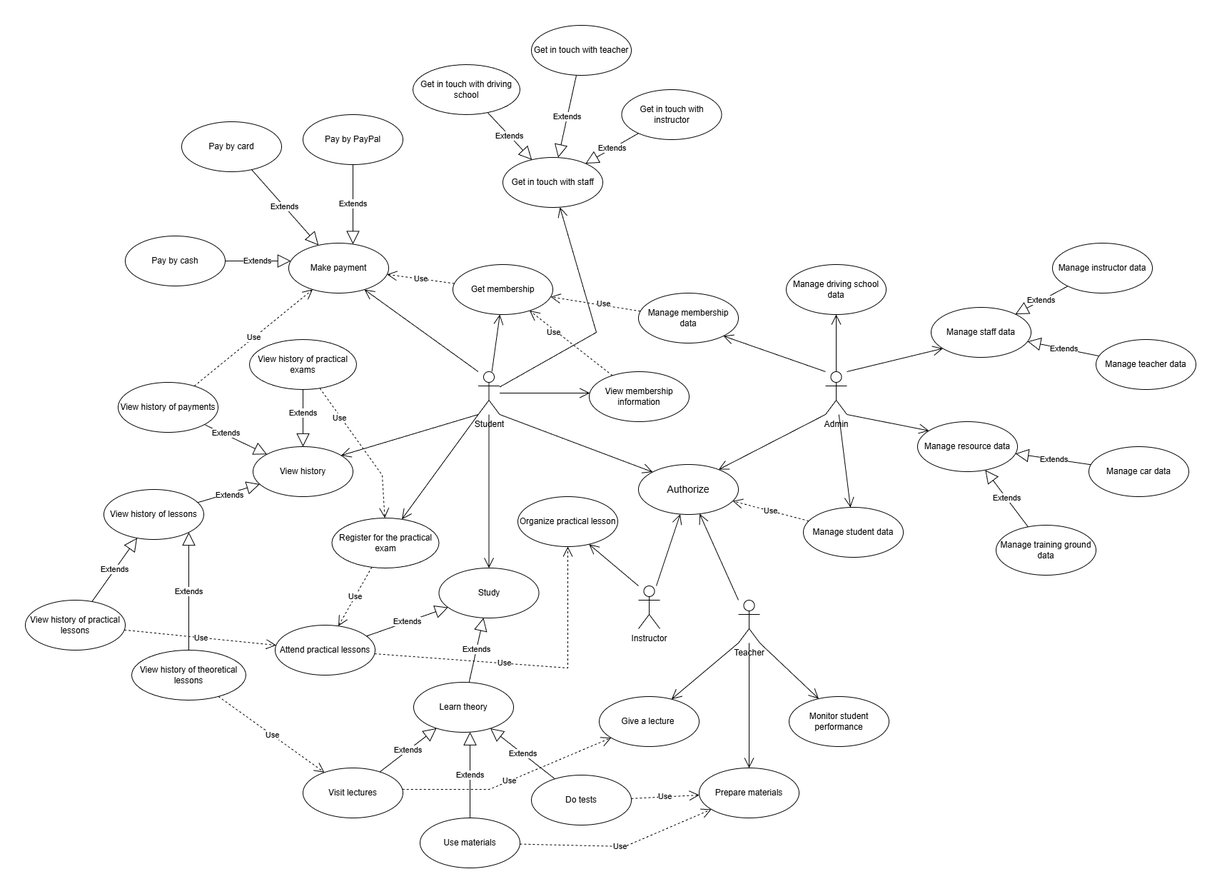
Before: Lab 2/Use case diagram.png, a diagram exported from draw.io (KyryloBB/Software-engineering-components). Source tidied: cells renumbered, new cells last; positions are measured from the earlier drawing's top-left corner, leaving out a move shared by most shapes.
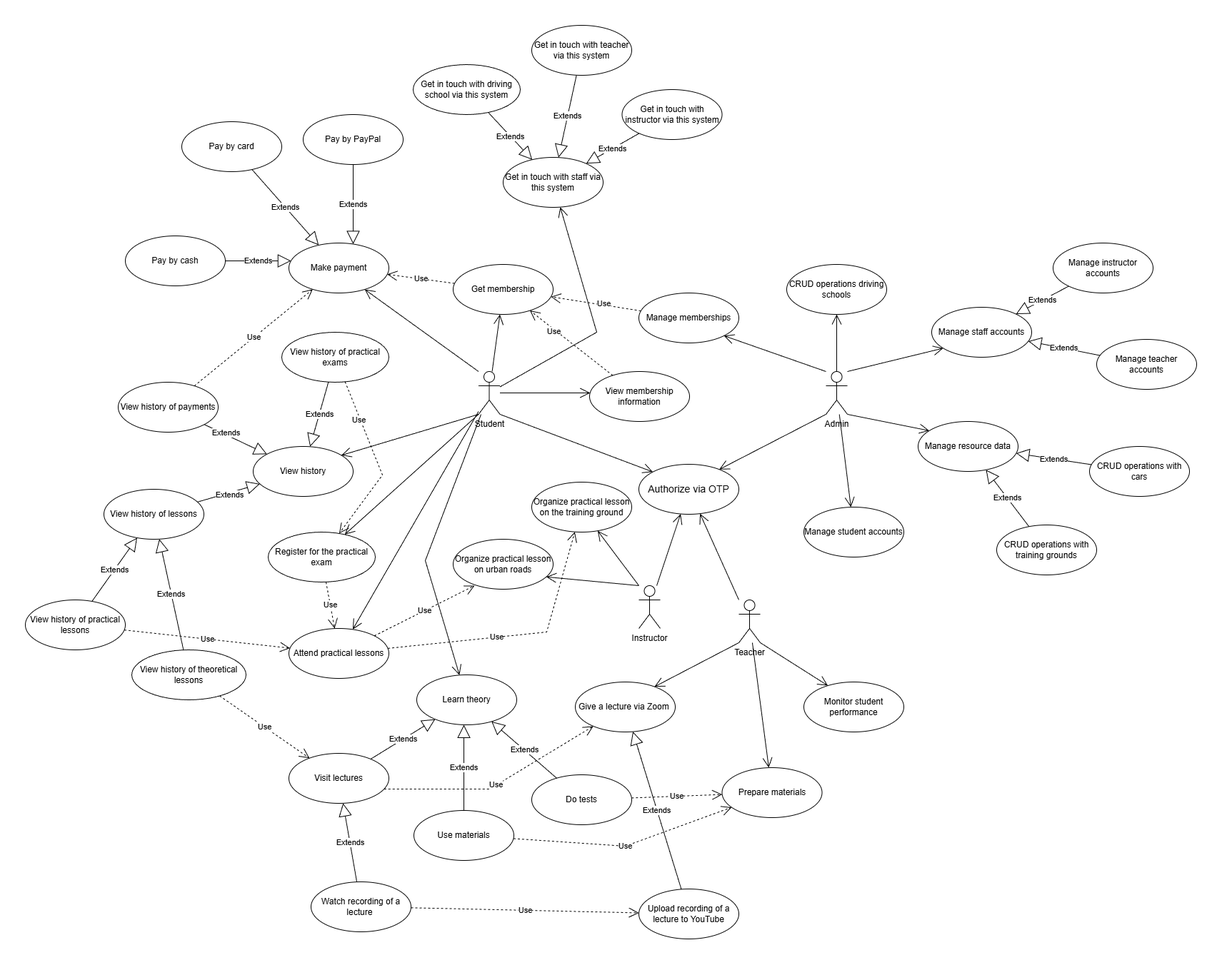
After the change.

Commit message:
edited use case diagram

Change to the diagram source:
```diff
@@ -11,22 +11,19 @@
     <mxCell id="4" value="Make payment" style="ellipse;whiteSpace=wrap;html=1;" parent="1" vertex="1">
       <mxGeometry x="369" y="305" width="140" height="70" as="geometry" />
     </mxCell>
-    <mxCell id="5" value="Study" style="ellipse;whiteSpace=wrap;html=1;" parent="1" vertex="1">
-      <mxGeometry x="579.5" y="760" width="140" height="70" as="geometry" />
-    </mxCell>
     <mxCell id="6" value="Learn theory" style="ellipse;whiteSpace=wrap;html=1;" parent="1" vertex="1">
-      <mxGeometry x="544" y="920" width="140" height="70" as="geometry" />
+      <mxGeometry x="548" y="910" width="140" height="70" as="geometry" />
     </mxCell>
     <mxCell id="7" value="Attend practical lessons" style="ellipse;whiteSpace=wrap;html=1;" parent="1" vertex="1">
-      <mxGeometry x="350" y="840" width="140" height="70" as="geometry" />
+      <mxGeometry x="369" y="845" width="140" height="70" as="geometry" />
     </mxCell>
     <mxCell id="8" value="View history" style="ellipse;whiteSpace=wrap;html=1;" parent="1" vertex="1">
       <mxGeometry x="319" y="590" width="140" height="70" as="geometry" />
     </mxCell>
-    <mxCell id="9" value="&lt;span style=&quot;margin: 0px; padding: 0px; font-family: Roboto, &amp;quot;Helvetica Neue&amp;quot;, sans-serif; font-size: 14px; text-align: start; scrollbar-width: thin !important;&quot;&gt;&lt;font style=&quot;color: rgb(0, 0, 0);&quot;&gt;Authorize&lt;/font&gt;&lt;/span&gt;" style="ellipse;whiteSpace=wrap;html=1;" parent="1" vertex="1">
+    <mxCell id="9" value="&lt;span style=&quot;margin: 0px; padding: 0px; font-family: Roboto, &amp;quot;Helvetica Neue&amp;quot;, sans-serif; font-size: 14px; text-align: start; scrollbar-width: thin !important;&quot;&gt;&lt;font style=&quot;color: rgb(0, 0, 0);&quot;&gt;Authorize via OTP&lt;/font&gt;&lt;/span&gt;" style="ellipse;whiteSpace=wrap;html=1;" parent="1" vertex="1">
       <mxGeometry x="859" y="615" width="140" height="70" as="geometry" />
     </mxCell>
-    <mxCell id="10" value="Get in touch with staff" style="ellipse;whiteSpace=wrap;html=1;" parent="1" vertex="1">
+    <mxCell id="10" value="Get in touch with staff via this system" style="ellipse;whiteSpace=wrap;html=1;" parent="1" vertex="1">
       <mxGeometry x="669" y="185" width="140" height="70" as="geometry" />
     </mxCell>
     <mxCell id="11" value="Pay by PayPal" style="ellipse;whiteSpace=wrap;html=1;" parent="1" vertex="1">
@@ -45,26 +42,23 @@
       <mxGeometry x="709" y="1050" width="140" height="70" as="geometry" />
     </mxCell>
     <mxCell id="16" value="Visit lectures" style="ellipse;whiteSpace=wrap;html=1;" parent="1" vertex="1">
-      <mxGeometry x="389" y="1040" width="140" height="70" as="geometry" />
+      <mxGeometry x="369" y="1020" width="140" height="70" as="geometry" />
     </mxCell>
     <mxCell id="17" value="Use materials" style="ellipse;whiteSpace=wrap;html=1;" parent="1" vertex="1">
-      <mxGeometry x="553" y="1110" width="140" height="70" as="geometry" />
+      <mxGeometry x="544" y="1100" width="140" height="70" as="geometry" />
     </mxCell>
     <mxCell id="18" value="Register for the practical exam" style="ellipse;whiteSpace=wrap;html=1;" parent="1" vertex="1">
-      <mxGeometry x="429.5" y="690" width="150" height="70" as="geometry" />
+      <mxGeometry x="340" y="710" width="150" height="70" as="geometry" />
     </mxCell>
     <mxCell id="19" value="View history of payments" style="ellipse;whiteSpace=wrap;html=1;" parent="1" vertex="1">
       <mxGeometry x="130" y="500" width="140" height="70" as="geometry" />
     </mxCell>
     <mxCell id="20" value="View history of practical exams" style="ellipse;whiteSpace=wrap;html=1;" parent="1" vertex="1">
-      <mxGeometry x="314" y="440" width="150" height="70" as="geometry" />
+      <mxGeometry x="359" y="430" width="150" height="70" as="geometry" />
     </mxCell>
     <mxCell id="21" value="View history of lessons" style="ellipse;whiteSpace=wrap;html=1;" parent="1" vertex="1">
       <mxGeometry x="110" y="650" width="140" height="70" as="geometry" />
     </mxCell>
-    <mxCell id="22" style="endArrow=open;endFill=1;endSize=12;html=1;rounded=0;noEdgeStyle=1;orthogonal=1;edgeStyle=orthogonalEdgeStyle;" parent="1" edge="1" source="2" target="5">
-      <mxGeometry relative="1" as="geometry" />
-    </mxCell>
     <mxCell id="23" style="endArrow=open;endFill=1;endSize=12;html=1;rounded=0;noEdgeStyle=1;orthogonal=1;edgeStyle=orthogonalEdgeStyle;" parent="1" edge="1" source="2" target="4">
       <mxGeometry relative="1" as="geometry" />
     </mxCell>
@@ -77,9 +71,6 @@
     <mxCell id="26" style="endArrow=open;endFill=1;endSize=12;html=1;rounded=0;noEdgeStyle=1;orthogonal=1;edgeStyle=orthogonalEdgeStyle;" parent="1" edge="1" source="2" target="18">
       <mxGeometry relative="1" as="geometry" />
     </mxCell>
-    <mxCell id="27" value="Extends" style="endArrow=block;endSize=16;endFill=0;html=1;rounded=0;noEdgeStyle=1;orthogonal=1;" parent="1" edge="1" source="7" target="5">
-      <mxGeometry relative="1" as="geometry" />
-    </mxCell>
     <mxCell id="28" value="Extends" style="endArrow=block;endSize=16;endFill=0;html=1;rounded=0;noEdgeStyle=1;orthogonal=1;" parent="1" edge="1" source="13" target="4">
       <mxGeometry relative="1" as="geometry" />
     </mxCell>
@@ -92,9 +83,6 @@
     <mxCell id="31" value="Extends" style="endArrow=block;endSize=16;endFill=0;html=1;rounded=0;noEdgeStyle=1;orthogonal=1;" parent="1" edge="1" source="19" target="8">
       <mxGeometry x="-0.32" y="2" relative="1" as="geometry" />
     </mxCell>
-    <mxCell id="32" value="Extends" style="endArrow=block;endSize=16;endFill=0;html=1;rounded=0;noEdgeStyle=1;orthogonal=1;" parent="1" edge="1" source="20" target="8">
-      <mxGeometry x="-0.18" relative="1" as="geometry" />
-    </mxCell>
     <mxCell id="33" value="Extends" style="endArrow=block;endSize=16;endFill=0;html=1;rounded=0;noEdgeStyle=1;orthogonal=1;" parent="1" edge="1" source="21" target="8">
       <mxGeometry x="-0.01" y="-3" relative="1" as="geometry" />
     </mxCell>
@@ -110,13 +98,13 @@
     <mxCell id="37" style="endArrow=open;endFill=1;endSize=12;html=1;rounded=0;noEdgeStyle=1;orthogonal=1;edgeStyle=orthogonalEdgeStyle;" parent="1" edge="1" source="2" target="14">
       <mxGeometry relative="1" as="geometry" />
     </mxCell>
-    <mxCell id="38" value="Get in touch with driving school" style="ellipse;whiteSpace=wrap;html=1;" parent="1" vertex="1">
+    <mxCell id="38" value="Get in touch with driving school via this system" style="ellipse;whiteSpace=wrap;html=1;" parent="1" vertex="1">
       <mxGeometry x="543" y="55" width="150" height="70" as="geometry" />
     </mxCell>
-    <mxCell id="39" value="Get in touch with teacher" style="ellipse;whiteSpace=wrap;html=1;" parent="1" vertex="1">
+    <mxCell id="39" value="Get in touch with teacher via this system" style="ellipse;whiteSpace=wrap;html=1;" parent="1" vertex="1">
       <mxGeometry x="709" width="140" height="70" as="geometry" />
     </mxCell>
-    <mxCell id="40" value="Get in touch with instructor" style="ellipse;whiteSpace=wrap;html=1;" parent="1" vertex="1">
+    <mxCell id="40" value="Get in touch with instructor via this system" style="ellipse;whiteSpace=wrap;html=1;" parent="1" vertex="1">
       <mxGeometry x="835.5" y="90" width="140" height="70" as="geometry" />
     </mxCell>
     <mxCell id="41" value="Extends" style="endArrow=block;endSize=16;endFill=0;html=1;rounded=0;noEdgeStyle=1;orthogonal=1;" parent="1" edge="1" source="38" target="10">
@@ -134,14 +122,11 @@
     <mxCell id="45" value="View history of practical lessons" style="ellipse;whiteSpace=wrap;html=1;" parent="1" vertex="1">
       <mxGeometry y="805" width="140" height="70" as="geometry" />
     </mxCell>
-    <mxCell id="46" value="Extends" style="endArrow=block;endSize=16;endFill=0;html=1;rounded=0;noEdgeStyle=1;orthogonal=1;edgeStyle=orthogonalEdgeStyle;" parent="1" edge="1" source="44" target="21">
-      <mxGeometry relative="1" as="geometry" />
-    </mxCell>
     <mxCell id="47" value="Instructor" style="shape=umlActor;verticalLabelPosition=bottom;verticalAlign=top;html=1;" parent="1" vertex="1">
       <mxGeometry x="859" y="785" width="30" height="60" as="geometry" />
     </mxCell>
-    <mxCell id="48" value="Organize practical lesson" style="ellipse;whiteSpace=wrap;html=1;" parent="1" vertex="1">
-      <mxGeometry x="690" y="660" width="140" height="70" as="geometry" />
+    <mxCell id="48" value="Organize practical lesson on the training ground" style="ellipse;whiteSpace=wrap;html=1;" parent="1" vertex="1">
+      <mxGeometry x="709" y="640" width="140" height="70" as="geometry" />
     </mxCell>
     <mxCell id="49" style="endArrow=open;endFill=1;endSize=12;html=1;rounded=0;noEdgeStyle=1;orthogonal=1;edgeStyle=orthogonalEdgeStyle;" parent="1" edge="1" source="47" target="48">
       <mxGeometry relative="1" as="geometry" />
@@ -150,13 +135,13 @@
       <mxGeometry x="999" y="805" width="30" height="60" as="geometry" />
     </mxCell>
     <mxCell id="51" value="Prepare materials" style="ellipse;whiteSpace=wrap;html=1;" parent="1" vertex="1">
-      <mxGeometry x="944" y="1040" width="140" height="70" as="geometry" />
+      <mxGeometry x="975.5" y="1040" width="140" height="70" as="geometry" />
     </mxCell>
-    <mxCell id="52" value="Give a lecture&amp;nbsp;" style="ellipse;whiteSpace=wrap;html=1;" parent="1" vertex="1">
-      <mxGeometry x="804" y="940" width="140" height="70" as="geometry" />
+    <mxCell id="52" value="Give a lecture via Zoom&amp;nbsp;" style="ellipse;whiteSpace=wrap;html=1;" parent="1" vertex="1">
+      <mxGeometry x="770" y="920" width="140" height="70" as="geometry" />
     </mxCell>
     <mxCell id="53" value="Monitor student performance" style="ellipse;whiteSpace=wrap;html=1;" parent="1" vertex="1">
-      <mxGeometry x="1070" y="940" width="140" height="70" as="geometry" />
+      <mxGeometry x="1090" y="920" width="140" height="70" as="geometry" />
     </mxCell>
     <mxCell id="54" style="endArrow=open;endFill=1;endSize=12;html=1;rounded=0;noEdgeStyle=1;orthogonal=1;edgeStyle=orthogonalEdgeStyle;" parent="1" edge="1" source="50" target="53">
       <mxGeometry relative="1" as="geometry" />
@@ -168,40 +153,37 @@
         </Array>
       </mxGeometry>
     </mxCell>
-    <mxCell id="56" style="endArrow=open;endFill=1;endSize=12;html=1;rounded=0;noEdgeStyle=1;orthogonal=1;edgeStyle=orthogonalEdgeStyle;" parent="1" edge="1" source="50" target="51">
-      <mxGeometry relative="1" as="geometry" />
-    </mxCell>
     <mxCell id="57" style="endArrow=open;endFill=1;endSize=12;html=1;rounded=0;noEdgeStyle=1;orthogonal=1;edgeStyle=orthogonalEdgeStyle;" parent="1" edge="1" source="50" target="52">
       <mxGeometry relative="1" as="geometry" />
     </mxCell>
     <mxCell id="58" value="Admin" style="shape=umlActor;verticalLabelPosition=bottom;verticalAlign=top;html=1;" parent="1" vertex="1">
       <mxGeometry x="1121" y="485" width="30" height="60" as="geometry" />
     </mxCell>
-    <mxCell id="59" value="Manage driving school data" style="ellipse;whiteSpace=wrap;html=1;" parent="1" vertex="1">
+    <mxCell id="59" value="CRUD operations driving schools" style="ellipse;whiteSpace=wrap;html=1;" parent="1" vertex="1">
       <mxGeometry x="1066" y="335" width="140" height="70" as="geometry" />
     </mxCell>
-    <mxCell id="60" value="Manage student data" style="ellipse;whiteSpace=wrap;html=1;" parent="1" vertex="1">
+    <mxCell id="60" value="Manage student accounts" style="ellipse;whiteSpace=wrap;html=1;" parent="1" vertex="1">
       <mxGeometry x="1090" y="675" width="140" height="70" as="geometry" />
     </mxCell>
-    <mxCell id="61" value="Manage staff data" style="ellipse;whiteSpace=wrap;html=1;" parent="1" vertex="1">
+    <mxCell id="61" value="Manage staff accounts" style="ellipse;whiteSpace=wrap;html=1;" parent="1" vertex="1">
       <mxGeometry x="1269" y="395" width="140" height="70" as="geometry" />
     </mxCell>
-    <mxCell id="62" value="Manage teacher data" style="ellipse;whiteSpace=wrap;html=1;" parent="1" vertex="1">
+    <mxCell id="62" value="Manage teacher accounts" style="ellipse;whiteSpace=wrap;html=1;" parent="1" vertex="1">
       <mxGeometry x="1500" y="440" width="140" height="70" as="geometry" />
     </mxCell>
-    <mxCell id="63" value="Manage instructor data" style="ellipse;whiteSpace=wrap;html=1;" parent="1" vertex="1">
+    <mxCell id="63" value="Manage instructor accounts" style="ellipse;whiteSpace=wrap;html=1;" parent="1" vertex="1">
       <mxGeometry x="1439" y="305" width="140" height="70" as="geometry" />
     </mxCell>
     <mxCell id="64" value="Manage resourсe data" style="ellipse;whiteSpace=wrap;html=1;" parent="1" vertex="1">
       <mxGeometry x="1250" y="555" width="140" height="70" as="geometry" />
     </mxCell>
-    <mxCell id="65" value="Manage training ground data" style="ellipse;whiteSpace=wrap;html=1;" parent="1" vertex="1">
+    <mxCell id="65" value="CRUD operations with training grounds" style="ellipse;whiteSpace=wrap;html=1;" parent="1" vertex="1">
       <mxGeometry x="1360" y="700" width="140" height="70" as="geometry" />
     </mxCell>
-    <mxCell id="66" value="Manage car data" style="ellipse;whiteSpace=wrap;html=1;" parent="1" vertex="1">
+    <mxCell id="66" value="CRUD operations with cars" style="ellipse;whiteSpace=wrap;html=1;" parent="1" vertex="1">
       <mxGeometry x="1490" y="590" width="140" height="70" as="geometry" />
     </mxCell>
-    <mxCell id="67" value="Manage membership data" style="ellipse;whiteSpace=wrap;html=1;" parent="1" vertex="1">
+    <mxCell id="67" value="Manage memberships" style="ellipse;whiteSpace=wrap;html=1;" parent="1" vertex="1">
       <mxGeometry x="859" y="375" width="140" height="70" as="geometry" />
     </mxCell>
     <mxCell id="68" style="endArrow=open;endFill=1;endSize=12;html=1;rounded=0;noEdgeStyle=1;orthogonal=1;edgeStyle=orthogonalEdgeStyle;" parent="1" edge="1" source="58" target="64">
@@ -240,9 +222,6 @@
     <mxCell id="79" style="endArrow=open;endFill=1;endSize=12;html=1;rounded=0;" parent="1" edge="1" source="58" target="60">
       <mxGeometry relative="1" as="geometry" />
     </mxCell>
-    <mxCell id="80" value="Use" style="endArrow=open;endSize=12;dashed=1;html=1;rounded=0;" parent="1" edge="1" source="60" target="9">
-      <mxGeometry relative="1" as="geometry" />
-    </mxCell>
     <mxCell id="81" value="Extends" style="endArrow=block;endSize=16;endFill=0;html=1;rounded=0;" parent="1" edge="1" source="66" target="64">
       <mxGeometry relative="1" as="geometry" />
     </mxCell>
@@ -281,13 +260,10 @@
     <mxCell id="90" value="Use" style="endArrow=open;endSize=12;dashed=1;html=1;rounded=0;" parent="1" edge="1" source="7" target="48">
       <mxGeometry x="-0.17" relative="1" as="geometry">
         <Array as="points">
-          <mxPoint x="760" y="900" />
+          <mxPoint x="730" y="850" />
         </Array>
       </mxGeometry>
     </mxCell>
-    <mxCell id="91" value="Extends" style="endArrow=block;endSize=16;endFill=0;html=1;rounded=0;" parent="1" edge="1" source="6" target="5">
-      <mxGeometry relative="1" as="geometry" />
-    </mxCell>
     <mxCell id="92" value="Use" style="endArrow=open;endSize=12;dashed=1;html=1;rounded=0;" parent="1" edge="1" source="17" target="51">
       <mxGeometry relative="1" as="geometry">
         <Array as="points">
@@ -304,5 +280,48 @@
     <mxCell id="95" style="endArrow=open;endFill=1;endSize=12;html=1;rounded=0;" parent="1" edge="1" source="2" target="3">
       <mxGeometry relative="1" as="geometry" />
     </mxCell>
+    <mxCell id="96" style="endArrow=open;endFill=1;endSize=12;html=1;rounded=0;" parent="1" edge="1" source="2" target="7">
+      <mxGeometry relative="1" as="geometry" />
+    </mxCell>
+    <mxCell id="97" style="endArrow=open;endFill=1;endSize=12;html=1;rounded=0;" parent="1" edge="1" source="2" target="6">
+      <mxGeometry relative="1" as="geometry">
+        <Array as="points">
+          <mxPoint x="560" y="750" />
+        </Array>
+      </mxGeometry>
+    </mxCell>
+    <mxCell id="98" value="Organize practical lesson on urban roads" style="ellipse;whiteSpace=wrap;html=1;" parent="1" vertex="1">
+      <mxGeometry x="599" y="720" width="140" height="70" as="geometry" />
+    </mxCell>
+    <mxCell id="99" style="endArrow=open;endFill=1;endSize=12;html=1;rounded=0;noEdgeStyle=1;orthogonal=1;edgeStyle=orthogonalEdgeStyle;" parent="1" edge="1" source="47" target="98">
+      <mxGeometry relative="1" as="geometry" />
+    </mxCell>
+    <mxCell id="100" value="Use" style="endArrow=open;endSize=12;dashed=1;html=1;rounded=0;noEdgeStyle=1;orthogonal=1;entryX=0.215;entryY=0.928;entryDx=0;entryDy=0;entryPerimeter=0;" parent="1" edge="1" source="7" target="98">
+      <mxGeometry relative="1" as="geometry" />
+    </mxCell>
+    <mxCell id="101" value="Upload recording of a lecture to YouTube" style="ellipse;whiteSpace=wrap;html=1;" parent="1" vertex="1">
+      <mxGeometry x="859" y="1210" width="140" height="70" as="geometry" />
+    </mxCell>
+    <mxCell id="102" value="Watch recording of a lecture&amp;nbsp;" style="ellipse;whiteSpace=wrap;html=1;" parent="1" vertex="1">
+      <mxGeometry x="400" y="1200" width="140" height="70" as="geometry" />
+    </mxCell>
+    <mxCell id="103" value="Extends" style="endArrow=block;endSize=16;endFill=0;html=1;rounded=0;" parent="1" edge="1" source="102" target="16">
+      <mxGeometry relative="1" as="geometry" />
+    </mxCell>
+    <mxCell id="80" value="Use" style="endArrow=open;endSize=12;dashed=1;html=1;rounded=0;" parent="1" edge="1" source="102" target="101">
+      <mxGeometry relative="1" as="geometry" />
+    </mxCell>
+    <mxCell id="104" value="Extends" style="endArrow=block;endSize=16;endFill=0;html=1;rounded=0;" parent="1" edge="1" source="101" target="52">
+      <mxGeometry relative="1" as="geometry" />
+    </mxCell>
+    <mxCell id="56" style="endArrow=open;endFill=1;endSize=12;html=1;rounded=0;" parent="1" edge="1" source="50" target="51">
+      <mxGeometry relative="1" as="geometry" />
+    </mxCell>
+    <mxCell id="32" value="Extends" style="endArrow=block;endSize=16;endFill=0;html=1;rounded=0;" parent="1" edge="1" source="20" target="8">
+      <mxGeometry relative="1" as="geometry" />
+    </mxCell>
+    <mxCell id="46" value="Extends" style="endArrow=block;endSize=16;endFill=0;html=1;rounded=0;" parent="1" edge="1" source="44" target="21">
+      <mxGeometry relative="1" as="geometry" />
+    </mxCell>
   </root>
 </mxGraphModel>
```
